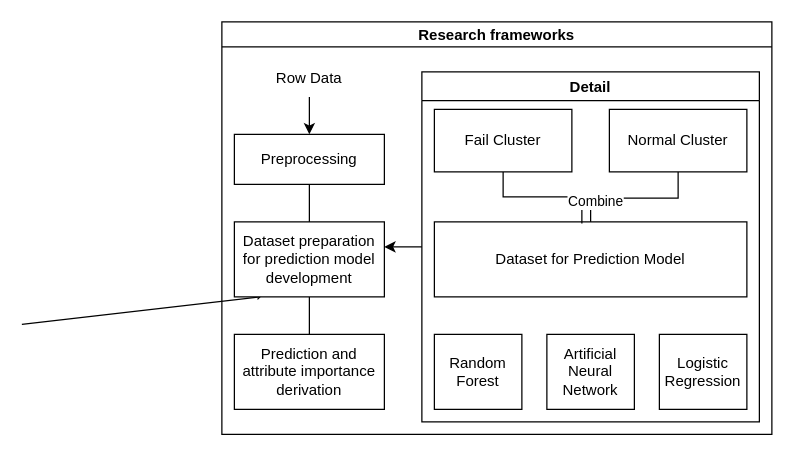
This is 제목 없는 다이어그램.drawio from likelion-hakerton-11th/back_end, a draw.io file, before an edit. Source tidied: cells renumbered, new cells numbered last; positions are measured from the earlier drawing's top-left corner, leaving out a move shared by most shapes. Both pictures are drawn from the tidied source at 125%, with x=0, y=0 at pixel (21, 21).
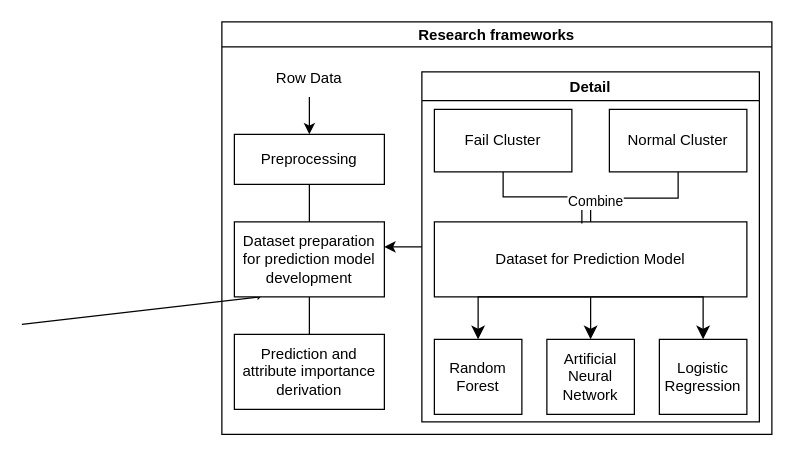
The same diagram, later.

Commit message:
제목 없는 다이어그램.drawio 업데이트

Unchanged cells that the change refers to:
```xml
<mxCell id="13" value="Detail" style="swimlane;" parent="4" vertex="1">
  <mxGeometry x="160" y="40" width="270" height="280" as="geometry" />
</mxCell>
<mxCell id="17" value="Dataset for Prediction Model" style="whiteSpace=wrap;html=1;align=center;newEdgeStyle={&quot;edgeStyle&quot;:&quot;elbowEdgeStyle&quot;,&quot;startArrow&quot;:&quot;none&quot;,&quot;endArrow&quot;:&quot;none&quot;};" parent="13" vertex="1">
  <mxGeometry x="10" y="120" width="250" height="60" as="geometry" />
</mxCell>
```

Diff of the diagram source:
```diff
@@
     <mxCell id="20" value="Random Forest" style="whiteSpace=wrap;html=1;align=center;newEdgeStyle={&quot;edgeStyle&quot;:&quot;elbowEdgeStyle&quot;,&quot;startArrow&quot;:&quot;none&quot;,&quot;endArrow&quot;:&quot;none&quot;};" parent="13" vertex="1">
-      <mxGeometry x="10" y="210" width="70" height="60" as="geometry" />
+      <mxGeometry x="10" y="214" width="70" height="60" as="geometry" />
     </mxCell>
     <mxCell id="21" value="Artificial Neural Network" style="whiteSpace=wrap;html=1;align=center;newEdgeStyle={&quot;edgeStyle&quot;:&quot;elbowEdgeStyle&quot;,&quot;startArrow&quot;:&quot;none&quot;,&quot;endArrow&quot;:&quot;none&quot;};" parent="13" vertex="1">
-      <mxGeometry x="100" y="210" width="70" height="60" as="geometry" />
+      <mxGeometry x="100" y="214" width="70" height="60" as="geometry" />
     </mxCell>
     <mxCell id="22" value="Logistic Regression" style="whiteSpace=wrap;html=1;align=center;newEdgeStyle={&quot;edgeStyle&quot;:&quot;elbowEdgeStyle&quot;,&quot;startArrow&quot;:&quot;none&quot;,&quot;endArrow&quot;:&quot;none&quot;};" parent="13" vertex="1">
-      <mxGeometry x="190" y="210" width="70" height="60" as="geometry" />
+      <mxGeometry x="190" y="214" width="70" height="60" as="geometry" />
     </mxCell>
+    <mxCell id="23" style="edgeStyle=segmentEdgeStyle;endArrow=classic;html=1;curved=0;rounded=0;endSize=8;startSize=8;exitX=0.5;exitY=1;exitDx=0;exitDy=0;entryX=0.5;entryY=0;entryDx=0;entryDy=0;" parent="13" edge="1" source="17" target="21">
+      <mxGeometry relative="1" as="geometry" />
+    </mxCell>
+    <mxCell id="24" style="edgeStyle=segmentEdgeStyle;endArrow=classic;html=1;curved=0;rounded=0;endSize=8;startSize=8;exitX=0.5;exitY=1;exitDx=0;exitDy=0;entryX=0.5;entryY=0;entryDx=0;entryDy=0;" parent="13" edge="1" source="17" target="22">
+      <mxGeometry relative="1" as="geometry" />
+    </mxCell>
+    <mxCell id="25" style="edgeStyle=segmentEdgeStyle;endArrow=classic;html=1;curved=0;rounded=0;endSize=8;startSize=8;exitX=0.5;exitY=1;exitDx=0;exitDy=0;entryX=0.5;entryY=0;entryDx=0;entryDy=0;" parent="13" edge="1" source="17" target="20">
+      <mxGeometry relative="1" as="geometry" />
+    </mxCell>
```
